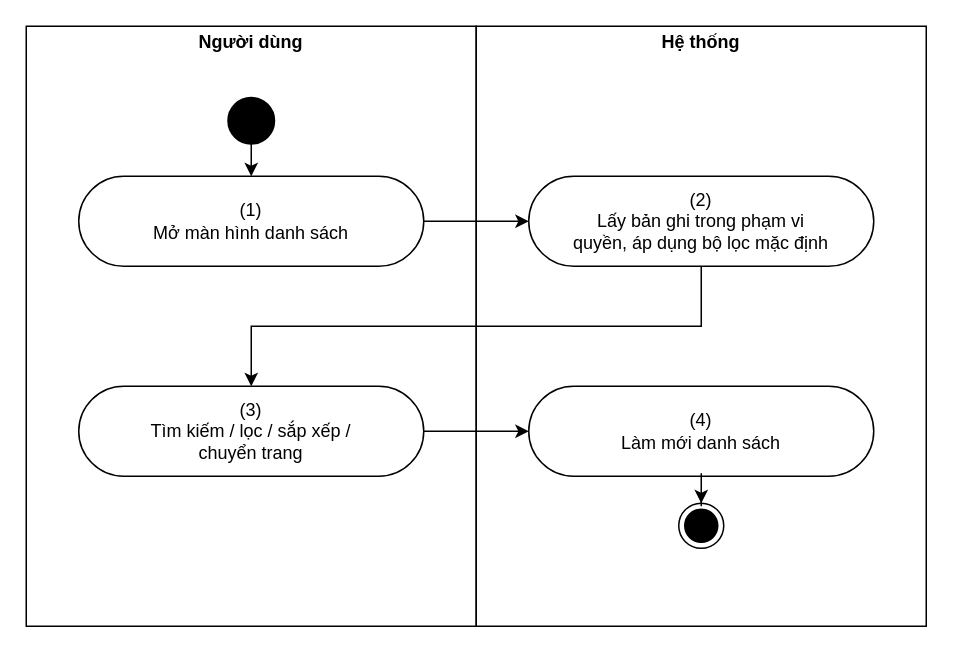
Earlier version of the draw.io diagram page "CMUC 3 View a list" (2 of 3) of docs/02-requirements/srs/dist/diagrams/19-activity-common.drawio (viethung12062005/smart-hospital-platform). Source tidied: cells renumbered, new cells numbered last; positions are measured from the earlier drawing's top-left corner, leaving out a move shared by most shapes. Both pictures are drawn from the tidied source at 150%, with x=0, y=0 at pixel (26, 26).
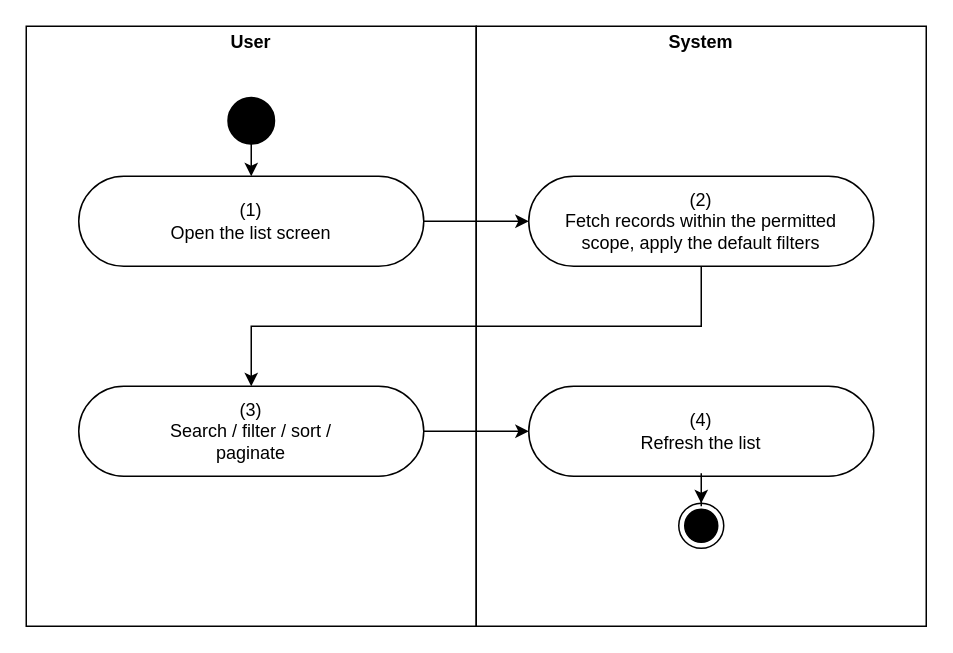
The same page after the edit.

The edit, as a diff of the source:
```diff
@@
 <mxGraphModel>
   <root>
     <mxCell id="0" />
     <mxCell id="1" parent="0" />
-    <mxCell id="2" value="&lt;p style=&quot;margin:0px;margin-top:4px;text-align:center&quot;&gt;&lt;b&gt;Người dùng&lt;/b&gt;&lt;/p&gt;" style="verticalAlign=top;align=left;overflow=fill;fontSize=12;fontFamily=Helvetica;html=1;rounded=0;shadow=0;strokeColor=#000000;gradientColor=none;whiteSpace=wrap;" parent="1" vertex="1">
+    <mxCell id="2" value="&lt;p style=&quot;margin:0px;margin-top:4px;text-align:center&quot;&gt;&lt;b&gt;User&lt;/b&gt;&lt;/p&gt;" style="verticalAlign=top;align=left;overflow=fill;fontSize=12;fontFamily=Helvetica;html=1;rounded=0;shadow=0;strokeColor=#000000;gradientColor=none;whiteSpace=wrap;" parent="1" vertex="1">
       <mxGeometry width="300" height="400" as="geometry" />
     </mxCell>
-    <mxCell id="3" value="&lt;p style=&quot;margin:0px;margin-top:4px;text-align:center&quot;&gt;&lt;b&gt;Hệ thống&lt;/b&gt;&lt;/p&gt;" style="verticalAlign=top;align=left;overflow=fill;fontSize=12;fontFamily=Helvetica;html=1;rounded=0;shadow=0;strokeColor=#000000;gradientColor=none;whiteSpace=wrap;" parent="1" vertex="1">
+    <mxCell id="3" value="&lt;p style=&quot;margin:0px;margin-top:4px;text-align:center&quot;&gt;&lt;b&gt;System&lt;/b&gt;&lt;/p&gt;" style="verticalAlign=top;align=left;overflow=fill;fontSize=12;fontFamily=Helvetica;html=1;rounded=0;shadow=0;strokeColor=#000000;gradientColor=none;whiteSpace=wrap;" parent="1" vertex="1">
       <mxGeometry x="300" width="300" height="400" as="geometry" />
     </mxCell>
-    <mxCell id="4" value="(1)&lt;br&gt;Mở màn hình danh sách" style="html=1;dashed=0;whitespace=wrap;shape=mxgraph.dfd.start;rounded=0;shadow=0;strokeColor=#000000;gradientColor=none;whiteSpace=wrap;fontSize=12;" parent="1" vertex="1">
+    <mxCell id="4" value="(1)&lt;br&gt;Open the list screen" style="html=1;dashed=0;whitespace=wrap;shape=mxgraph.dfd.start;rounded=0;shadow=0;strokeColor=#000000;gradientColor=none;whiteSpace=wrap;fontSize=12;" parent="1" vertex="1">
       <mxGeometry x="35" y="100" width="230" height="60" as="geometry" />
     </mxCell>
-    <mxCell id="5" value="(2)&lt;br&gt;Lấy bản ghi trong phạm vi&lt;br&gt;quyền, áp dụng bộ lọc mặc định" style="html=1;dashed=0;whitespace=wrap;shape=mxgraph.dfd.start;rounded=0;shadow=0;strokeColor=#000000;gradientColor=none;whiteSpace=wrap;fontSize=12;" parent="1" vertex="1">
+    <mxCell id="5" value="(2)&lt;br&gt;Fetch records within the permitted&lt;br&gt;scope, apply the default filters" style="html=1;dashed=0;whitespace=wrap;shape=mxgraph.dfd.start;rounded=0;shadow=0;strokeColor=#000000;gradientColor=none;whiteSpace=wrap;fontSize=12;" parent="1" vertex="1">
       <mxGeometry x="335" y="100" width="230" height="60" as="geometry" />
     </mxCell>
-    <mxCell id="6" value="(3)&lt;br&gt;Tìm kiếm / lọc / sắp xếp /&lt;br&gt;chuyển trang" style="html=1;dashed=0;whitespace=wrap;shape=mxgraph.dfd.start;rounded=0;shadow=0;strokeColor=#000000;gradientColor=none;whiteSpace=wrap;fontSize=12;" parent="1" vertex="1">
+    <mxCell id="6" value="(3)&lt;br&gt;Search / filter / sort /&lt;br&gt;paginate" style="html=1;dashed=0;whitespace=wrap;shape=mxgraph.dfd.start;rounded=0;shadow=0;strokeColor=#000000;gradientColor=none;whiteSpace=wrap;fontSize=12;" parent="1" vertex="1">
       <mxGeometry x="35" y="240" width="230" height="60" as="geometry" />
     </mxCell>
-    <mxCell id="7" value="(4)&lt;br&gt;Làm mới danh sách" style="html=1;dashed=0;whitespace=wrap;shape=mxgraph.dfd.start;rounded=0;shadow=0;strokeColor=#000000;gradientColor=none;whiteSpace=wrap;fontSize=12;" parent="1" vertex="1">
+    <mxCell id="7" value="(4)&lt;br&gt;Refresh the list" style="html=1;dashed=0;whitespace=wrap;shape=mxgraph.dfd.start;rounded=0;shadow=0;strokeColor=#000000;gradientColor=none;whiteSpace=wrap;fontSize=12;" parent="1" vertex="1">
       <mxGeometry x="335" y="240" width="230" height="60" as="geometry" />
     </mxCell>
     <mxCell id="8" style="strokeWidth=2;html=1;shape=mxgraph.flowchart.start_2;whiteSpace=wrap;rounded=0;shadow=0;gradientColor=none;fillColor=#000000;" parent="1" vertex="1">
       <mxGeometry x="135" y="48" width="30" height="30" as="geometry" />
     </mxCell>
     <mxCell id="9" style="edgeStyle=orthogonalEdgeStyle;rounded=0;jettySize=auto;html=1;" parent="1" edge="1" source="8" target="4">
       <mxGeometry relative="1" as="geometry" />
     </mxCell>
     <mxCell id="10" style="edgeStyle=orthogonalEdgeStyle;rounded=0;jettySize=auto;html=1;" parent="1" edge="1" source="4" target="5">
       <mxGeometry relative="1" as="geometry" />
     </mxCell>
     <mxCell id="11" style="edgeStyle=orthogonalEdgeStyle;rounded=0;jettySize=auto;html=1;exitX=0.5;exitY=1;exitDx=0;exitDy=0;entryX=0.5;entryY=0;entryDx=0;entryDy=0;" parent="1" edge="1" source="5" target="6">
       <mxGeometry relative="1" as="geometry" />
     </mxCell>
     <mxCell id="12" style="edgeStyle=orthogonalEdgeStyle;rounded=0;jettySize=auto;html=1;" parent="1" edge="1" source="6" target="7">
       <mxGeometry relative="1" as="geometry" />
     </mxCell>
     <mxCell id="13" style="ellipse;html=1;shape=endState;fillColor=#000000;rounded=0;shadow=0;whiteSpace=wrap;" parent="1" vertex="1">
       <mxGeometry x="435" y="318" width="30" height="30" as="geometry" />
     </mxCell>
     <mxCell id="14" style="edgeStyle=orthogonalEdgeStyle;rounded=0;jettySize=auto;html=1;" parent="1" edge="1" source="7" target="13">
       <mxGeometry relative="1" as="geometry" />
     </mxCell>
   </root>
 </mxGraphModel>
```
